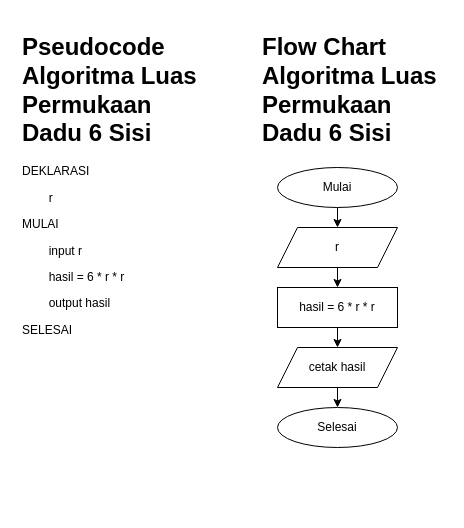
The draw.io diagram page "Luas Permukaan Dadu 6 Sisi" (2 of 2) of tugas 5.drawio in DzulfiqarSiraj/fwg17-computer-science, before the edit. Source tidied: cells renumbered, new cells numbered last; positions are measured from the earlier drawing's top-left corner, leaving out a move shared by most shapes. Both pictures are drawn from the tidied source at 100%, with x=0, y=0 at pixel (17, 27).
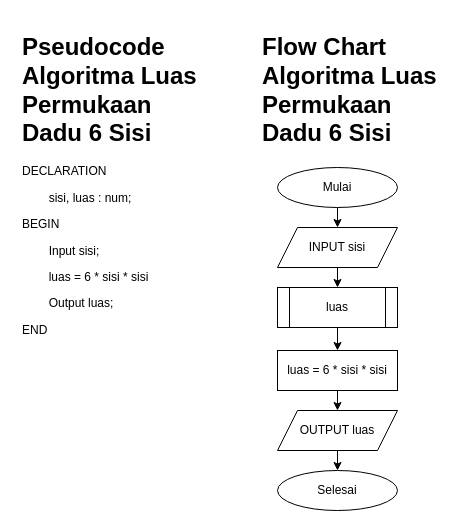
The same page after the edit.

Change to the diagram source:
```diff
@@
 <mxGraphModel>
   <root>
     <mxCell id="0" />
     <mxCell id="1" parent="0" />
-    <mxCell id="2" value="&lt;h1&gt;Pseudocode Algoritma Luas Permukaan Dadu 6 Sisi&lt;/h1&gt;&lt;p&gt;DEKLARASI&lt;/p&gt;&lt;p&gt;&lt;span style=&quot;white-space: pre;&quot;&gt;&#9;&lt;/span&gt;r&lt;br&gt;&lt;/p&gt;&lt;p&gt;MULAI&lt;/p&gt;&lt;p&gt;&lt;span style=&quot;white-space: pre;&quot;&gt;&#9;&lt;/span&gt;input r&lt;br&gt;&lt;/p&gt;&lt;p&gt;&lt;span style=&quot;white-space: pre;&quot;&gt;&#9;&lt;/span&gt;hasil = 6 * r * r&lt;br&gt;&lt;/p&gt;&lt;p&gt;&lt;span style=&quot;white-space: pre;&quot;&gt;&#9;&lt;/span&gt;output hasil&lt;br&gt;&lt;/p&gt;&lt;p&gt;SELESAI&lt;/p&gt;" style="text;html=1;strokeColor=none;fillColor=none;spacing=5;spacingTop=-20;whiteSpace=wrap;overflow=hidden;rounded=0;" parent="1" vertex="1">
+    <mxCell id="2" value="&lt;h1&gt;Pseudocode Algoritma Luas Permukaan Dadu 6 Sisi&lt;/h1&gt;&lt;p&gt;DECLARATION&lt;/p&gt;&lt;p&gt;&lt;span style=&quot;white-space: pre;&quot;&gt;&#9;&lt;/span&gt;sisi, luas : num;&lt;br&gt;&lt;/p&gt;&lt;p&gt;BEGIN&lt;/p&gt;&lt;p&gt;&lt;span style=&quot;white-space: pre;&quot;&gt;&#9;&lt;/span&gt;Input sisi;&lt;br&gt;&lt;/p&gt;&lt;p&gt;&lt;span style=&quot;white-space: pre;&quot;&gt;&#9;&lt;/span&gt;luas = 6 * sisi * sisi&lt;br&gt;&lt;/p&gt;&lt;p&gt;&lt;span style=&quot;white-space: pre;&quot;&gt;&#9;&lt;/span&gt;Output luas;&lt;br&gt;&lt;/p&gt;&lt;p&gt;END&lt;/p&gt;" style="text;html=1;strokeColor=none;fillColor=none;spacing=5;spacingTop=-20;whiteSpace=wrap;overflow=hidden;rounded=0;" parent="1" vertex="1">
       <mxGeometry width="190" height="310" as="geometry" />
     </mxCell>
     <mxCell id="3" value="&lt;h1&gt;Flow Chart Algoritma Luas Permukaan Dadu 6 Sisi&lt;/h1&gt;" style="text;html=1;strokeColor=none;fillColor=none;spacing=5;spacingTop=-20;whiteSpace=wrap;overflow=hidden;rounded=0;" parent="1" vertex="1">
       <mxGeometry x="240" width="190" height="120" as="geometry" />
     </mxCell>
     <mxCell id="4" style="edgeStyle=orthogonalEdgeStyle;html=1;" parent="1" edge="1" source="5" target="7">
       <mxGeometry relative="1" as="geometry" />
     </mxCell>
     <mxCell id="5" value="Mulai" style="ellipse;whiteSpace=wrap;html=1;" parent="1" vertex="1">
       <mxGeometry x="260" y="140" width="120" height="40" as="geometry" />
     </mxCell>
-    <mxCell id="6" style="edgeStyle=orthogonalEdgeStyle;html=1;" parent="1" edge="1" source="7" target="9">
+    <mxCell id="6" style="edgeStyle=orthogonalEdgeStyle;html=1;startArrow=none;" parent="1" edge="1" source="14" target="9">
       <mxGeometry relative="1" as="geometry" />
     </mxCell>
+    <mxCell id="13" style="edgeStyle=none;html=1;exitX=0.5;exitY=1;exitDx=0;exitDy=0;entryX=0.5;entryY=0;entryDx=0;entryDy=0;" parent="1" edge="1" source="7" target="14">
+      <mxGeometry relative="1" as="geometry" />
+    </mxCell>
-    <mxCell id="7" value="r" style="shape=parallelogram;perimeter=parallelogramPerimeter;whiteSpace=wrap;html=1;fixedSize=1;" parent="1" vertex="1">
+    <mxCell id="7" value="INPUT sisi" style="shape=parallelogram;perimeter=parallelogramPerimeter;whiteSpace=wrap;html=1;fixedSize=1;" parent="1" vertex="1">
       <mxGeometry x="260" y="200" width="120" height="40" as="geometry" />
     </mxCell>
     <mxCell id="8" style="edgeStyle=orthogonalEdgeStyle;html=1;" parent="1" edge="1" source="9" target="11">
       <mxGeometry relative="1" as="geometry" />
     </mxCell>
-    <mxCell id="9" value="hasil = 6 * r * r" style="whiteSpace=wrap;html=1;" parent="1" vertex="1">
-      <mxGeometry x="260" y="260" width="120" height="40" as="geometry" />
+    <mxCell id="9" value="luas = 6 * sisi * sisi" style="whiteSpace=wrap;html=1;" parent="1" vertex="1">
+      <mxGeometry x="260" y="323" width="120" height="40" as="geometry" />
     </mxCell>
     <mxCell id="10" style="edgeStyle=orthogonalEdgeStyle;html=1;" parent="1" edge="1" source="11" target="12">
       <mxGeometry relative="1" as="geometry" />
     </mxCell>
-    <mxCell id="11" value="cetak hasil" style="shape=parallelogram;perimeter=parallelogramPerimeter;whiteSpace=wrap;html=1;fixedSize=1;" parent="1" vertex="1">
-      <mxGeometry x="260" y="320" width="120" height="40" as="geometry" />
+    <mxCell id="11" value="OUTPUT luas" style="shape=parallelogram;perimeter=parallelogramPerimeter;whiteSpace=wrap;html=1;fixedSize=1;" parent="1" vertex="1">
+      <mxGeometry x="260" y="383" width="120" height="40" as="geometry" />
     </mxCell>
     <mxCell id="12" value="Selesai" style="ellipse;whiteSpace=wrap;html=1;" parent="1" vertex="1">
-      <mxGeometry x="260" y="380" width="120" height="40" as="geometry" />
+      <mxGeometry x="260" y="443" width="120" height="40" as="geometry" />
     </mxCell>
+    <mxCell id="14" value="luas" style="shape=process;whiteSpace=wrap;html=1;backgroundOutline=1;" parent="1" vertex="1">
+      <mxGeometry x="260" y="260" width="120" height="40" as="geometry" />
+    </mxCell>
   </root>
 </mxGraphModel>
```
